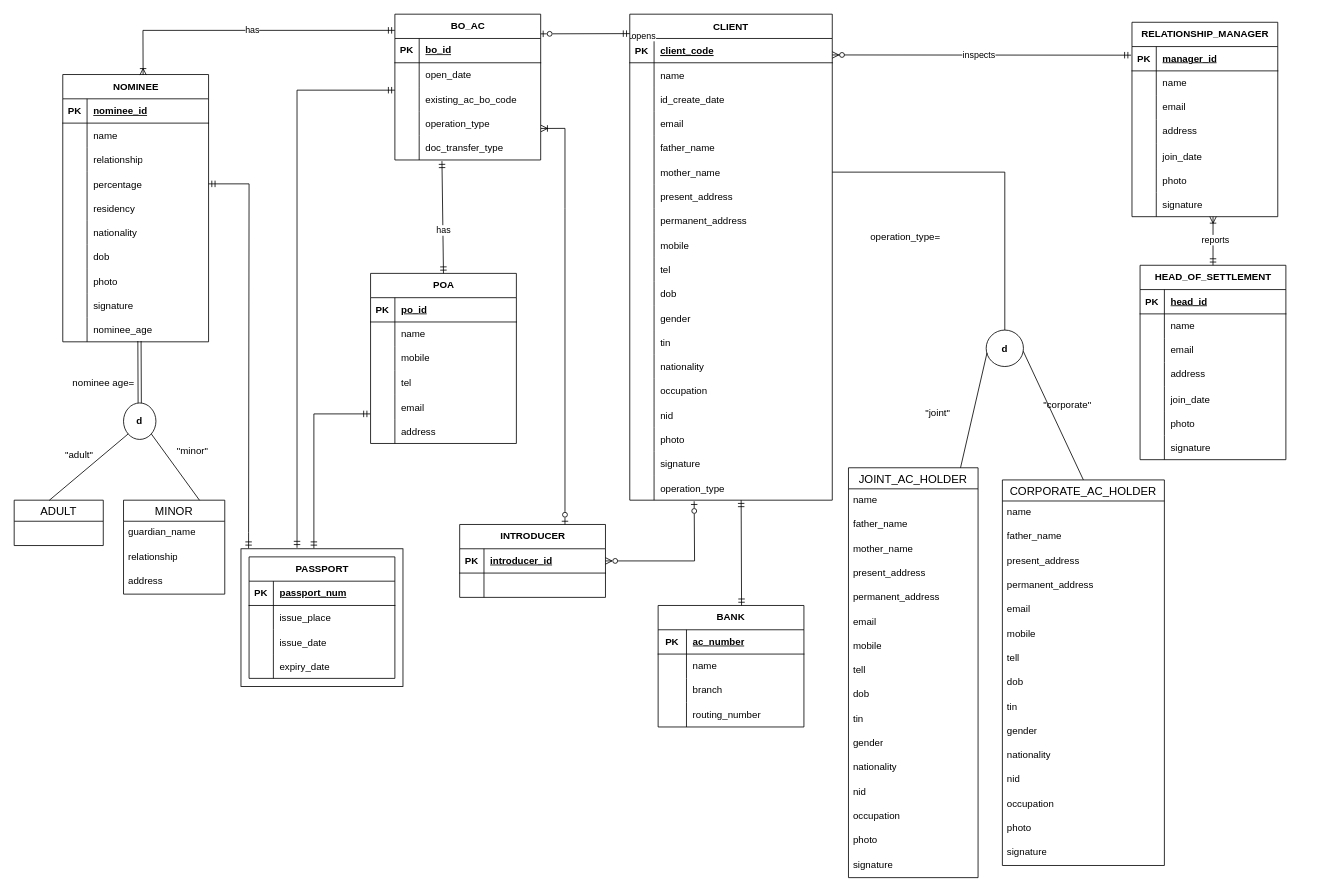
The draw.io diagram report/ERD.drawio in MohaiminAlif/LankabanglaUniProject, before the edit. Source tidied: cells renumbered, new cells numbered last; positions are measured from the earlier drawing's top-left corner, leaving out a move shared by most shapes. Both pictures are drawn from the tidied source at 81%, with x=0, y=0 at pixel (14, 14).
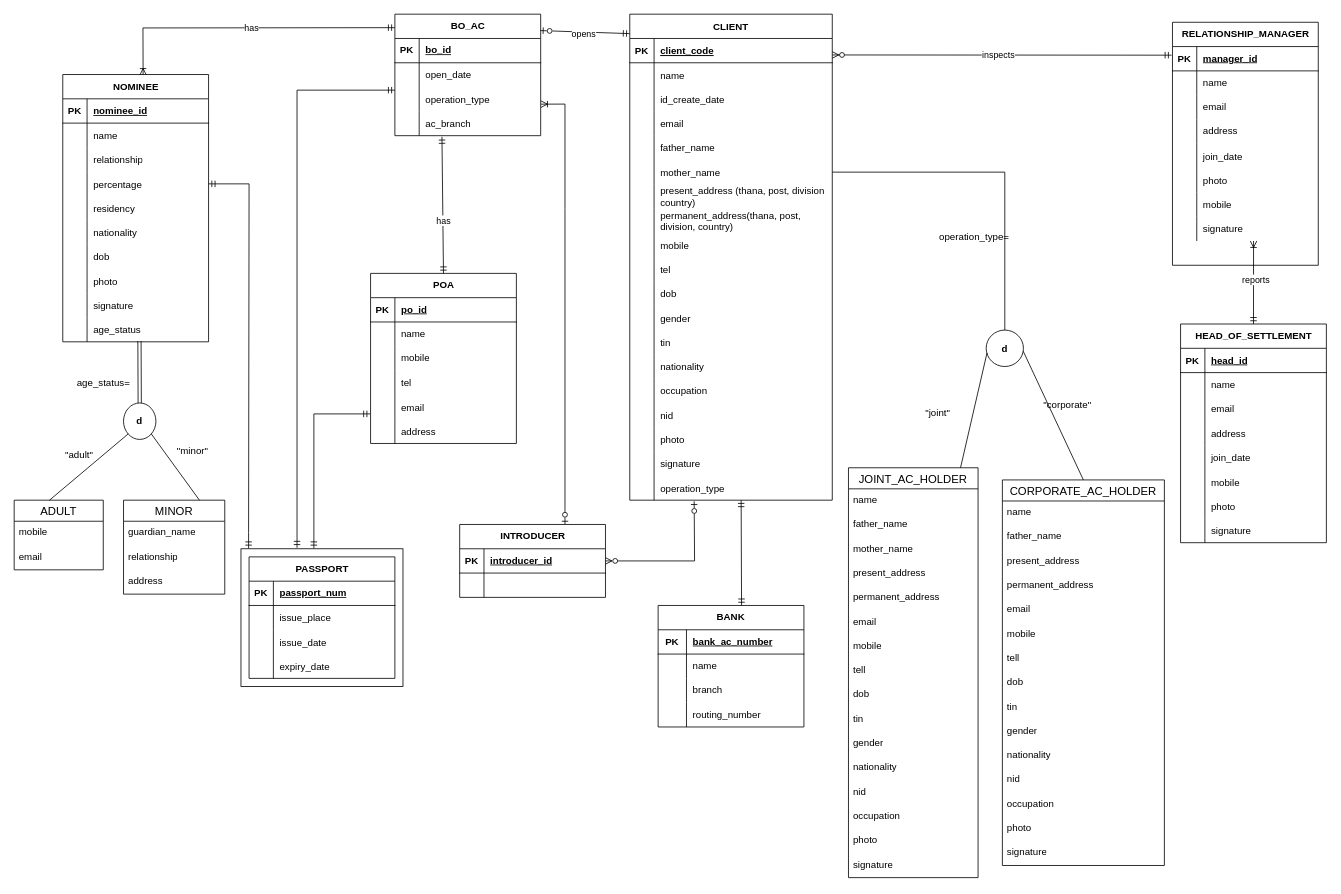
After the change.

Commit message (it also covers changes not shown here):
schema and erd final update

The change refers to these unchanged cells:
```xml
<mxCell id="23" style="shape=tableRow;horizontal=0;startSize=0;swimlaneHead=0;swimlaneBody=0;fillColor=none;top=0;left=0;right=0;bottom=0;" parent="4" vertex="1">
  <mxGeometry y="210" width="250" height="30" as="geometry" />
</mxCell>
<mxCell id="26" style="shape=tableRow;horizontal=0;startSize=0;swimlaneHead=0;swimlaneBody=0;fillColor=none;top=0;left=0;right=0;bottom=0;" parent="4" vertex="1">
  <mxGeometry y="240" width="250" height="30" as="geometry" />
</mxCell>
<mxCell id="62" style="endArrow=ERmandOne;startArrow=ERzeroToOne;html=1;rounded=1;endFill=0;startFill=0;exitX=0.995;exitY=0.135;exitDx=0;exitDy=0;exitPerimeter=0;" parent="1" edge="1" source="169">
  <mxGeometry relative="1" as="geometry">
    <mxPoint x="760" y="24" as="targetPoint" />
  </mxGeometry>
</mxCell>
<mxCell id="81" value="NOMINEE" style="shape=table;startSize=30;childLayout=tableLayout;rowLines=0;fontStyle=1;align=center;html=1;" parent="1" vertex="1">
  <mxGeometry x="60" y="74.5" width="180" height="330" as="geometry" />
</mxCell>
<mxCell id="109" style="shape=tableRow;horizontal=0;startSize=0;swimlaneHead=0;swimlaneBody=0;fillColor=none;points=[[0,0.5],[1,0.5]];portConstraint=eastwest;top=0;left=0;right=0;bottom=0;" parent="81" vertex="1">
  <mxGeometry y="300" width="180" height="30" as="geometry" />
</mxCell>
<mxCell id="256" style="shape=tableRow;horizontal=0;startSize=0;swimlaneHead=0;swimlaneBody=0;fillColor=none;top=0;left=0;right=0;bottom=1;html=1;" parent="255" vertex="1">
  <mxGeometry y="30" width="180" height="30" as="geometry" />
</mxCell>
<mxCell id="268" style="rounded=0;whiteSpace=wrap;html=1;fillColor=none;" parent="1" vertex="1">
  <mxGeometry x="280" y="660" width="200" height="170" as="geometry" />
</mxCell>
```

Change to the diagram source:
```diff
@@
-    <mxCell id="25" value="present_address" style="shape=partialRectangle;fillColor=none;top=0;left=0;bottom=0;right=0;align=left;spacingLeft=6;overflow=hidden;" parent="23" vertex="1">
+    <mxCell id="25" value="present_address (thana, post, division&#10;country)" style="shape=partialRectangle;fillColor=none;top=0;left=0;bottom=0;right=0;align=left;spacingLeft=6;overflow=hidden;" parent="23" vertex="1">
       <mxGeometry x="30" width="220" height="30" as="geometry" />
     </mxCell>
@@
-    <mxCell id="28" value="permanent_address" style="shape=partialRectangle;fillColor=none;top=0;left=0;bottom=0;right=0;align=left;spacingLeft=6;overflow=hidden;" parent="26" vertex="1">
+    <mxCell id="28" value="permanent_address(thana, post, &#10;division, country)" style="shape=partialRectangle;fillColor=none;top=0;left=0;bottom=0;right=0;align=left;spacingLeft=6;overflow=hidden;" parent="26" vertex="1">
       <mxGeometry x="30" width="220" height="30" as="geometry" />
     </mxCell>
@@
     <mxCell id="63" value="opens" style="edgeLabel;html=1;align=center;verticalAlign=middle;" parent="62" vertex="1">
-      <mxGeometry x="0.03" y="-2" relative="1" as="geometry">
-        <mxPoint x="70" as="offset" />
-      </mxGeometry>
+      <mxGeometry x="-0.04" y="-2" relative="1" as="geometry" />
     </mxCell>
@@
-    <mxCell id="111" value="nominee_age" style="shape=partialRectangle;fillColor=none;top=0;left=0;bottom=0;right=0;align=left;spacingLeft=6;overflow=hidden;" parent="109" vertex="1">
+    <mxCell id="111" value="age_status" style="shape=partialRectangle;fillColor=none;top=0;left=0;bottom=0;right=0;align=left;spacingLeft=6;overflow=hidden;" parent="109" vertex="1">
       <mxGeometry x="30" width="150" height="30" as="geometry" />
     </mxCell>
     <mxCell id="112" style="endArrow=ERmandOne;startArrow=ERoneToMany;html=1;rounded=0;endFill=0;startFill=0;entryX=0;entryY=0.111;entryDx=0;entryDy=0;entryPerimeter=0;exitX=0.551;exitY=0.002;exitDx=0;exitDy=0;exitPerimeter=0;" parent="1" edge="1" source="81" target="169">
       <mxGeometry relative="1" as="geometry">
         <Array as="points">
-          <mxPoint x="159" y="20" />
+          <mxPoint x="159" y="17" />
         </Array>
       </mxGeometry>
     </mxCell>
@@
     <mxCell id="114" value="ADULT" style="swimlane;fontStyle=0;horizontal=1;startSize=26;align=center;fontSize=14;" parent="1" vertex="1">
-      <mxGeometry y="600" width="110" height="56" as="geometry" />
+      <mxGeometry y="600" width="110" height="86" as="geometry" />
     </mxCell>
+    <mxCell id="272" value="mobile" style="text;strokeColor=none;fillColor=none;spacingLeft=4;spacingRight=4;overflow=hidden;fontSize=12;whiteSpace=wrap;html=1;" parent="114" vertex="1">
+      <mxGeometry y="26" width="110" height="30" as="geometry" />
+    </mxCell>
+    <mxCell id="273" value="email" style="text;strokeColor=none;fillColor=none;spacingLeft=4;spacingRight=4;overflow=hidden;fontSize=12;whiteSpace=wrap;html=1;" parent="114" vertex="1">
+      <mxGeometry y="56" width="110" height="30" as="geometry" />
+    </mxCell>
@@
     <mxCell id="123" value="RELATIONSHIP_MANAGER" style="shape=table;startSize=30;childLayout=tableLayout;rowLines=0;fontStyle=1;align=center;html=1;" parent="1" vertex="1">
-      <mxGeometry x="1380" y="10" width="180" height="240" as="geometry" />
+      <mxGeometry x="1430" y="10" width="180" height="300" as="geometry" />
     </mxCell>
@@
+    <mxCell id="274" style="shape=tableRow;horizontal=0;startSize=0;swimlaneHead=0;swimlaneBody=0;fillColor=none;top=0;left=0;right=0;bottom=0;" parent="123" vertex="1">
+      <mxGeometry y="210" width="180" height="30" as="geometry" />
+    </mxCell>
+    <mxCell id="275" style="shape=partialRectangle;fillColor=none;top=0;left=0;bottom=0;right=0;overflow=hidden;" parent="274" vertex="1">
+      <mxGeometry width="30" height="30" as="geometry" />
+    </mxCell>
+    <mxCell id="276" value="mobile" style="shape=partialRectangle;fillColor=none;top=0;left=0;bottom=0;right=0;align=left;spacingLeft=6;overflow=hidden;" parent="274" vertex="1">
+      <mxGeometry x="30" width="150" height="30" as="geometry" />
+    </mxCell>
     <mxCell id="142" style="shape=tableRow;horizontal=0;startSize=0;swimlaneHead=0;swimlaneBody=0;fillColor=none;points=[[0,0.5],[1,0.5]];portConstraint=eastwest;top=0;left=0;right=0;bottom=0;" parent="123" vertex="1">
-      <mxGeometry y="210" width="180" height="30" as="geometry" />
+      <mxGeometry y="240" width="180" height="30" as="geometry" />
     </mxCell>
@@
     <mxCell id="145" value="HEAD_OF_SETTLEMENT" style="shape=table;startSize=30;childLayout=tableLayout;rowLines=0;fontStyle=1;align=center;html=1;" parent="1" vertex="1">
-      <mxGeometry x="1390" y="310" width="180" height="240" as="geometry" />
+      <mxGeometry x="1440" y="382.5" width="180" height="270" as="geometry" />
     </mxCell>
@@
+    <mxCell id="277" style="shape=tableRow;horizontal=0;startSize=0;swimlaneHead=0;swimlaneBody=0;fillColor=none;top=0;left=0;right=0;bottom=0;" parent="145" vertex="1">
+      <mxGeometry y="180" width="180" height="30" as="geometry" />
+    </mxCell>
+    <mxCell id="278" style="shape=partialRectangle;fillColor=none;top=0;left=0;bottom=0;right=0;overflow=hidden;" parent="277" vertex="1">
+      <mxGeometry width="30" height="30" as="geometry" />
+    </mxCell>
+    <mxCell id="279" value="mobile" style="shape=partialRectangle;fillColor=none;top=0;left=0;bottom=0;right=0;align=left;spacingLeft=6;overflow=hidden;" parent="277" vertex="1">
+      <mxGeometry x="30" width="150" height="30" as="geometry" />
+    </mxCell>
     <mxCell id="161" style="shape=tableRow;horizontal=0;startSize=0;swimlaneHead=0;swimlaneBody=0;fillColor=none;top=0;left=0;right=0;bottom=0;" parent="145" vertex="1">
-      <mxGeometry y="180" width="180" height="30" as="geometry" />
+      <mxGeometry y="210" width="180" height="30" as="geometry" />
     </mxCell>
@@
     <mxCell id="164" style="shape=tableRow;horizontal=0;startSize=0;swimlaneHead=0;swimlaneBody=0;fillColor=none;top=0;left=0;right=0;bottom=0;" parent="145" vertex="1">
-      <mxGeometry y="210" width="180" height="30" as="geometry" />
+      <mxGeometry y="240" width="180" height="30" as="geometry" />
     </mxCell>
@@
     <mxCell id="169" value="BO_AC" style="shape=table;startSize=30;childLayout=tableLayout;rowLines=0;fontStyle=1;align=center;html=1;" parent="1" vertex="1">
-      <mxGeometry x="470" width="180" height="180" as="geometry" />
+      <mxGeometry x="470" width="180" height="150" as="geometry" />
     </mxCell>
@@
-    <mxCell id="176" style="shape=tableRow;horizontal=0;startSize=0;swimlaneHead=0;swimlaneBody=0;fillColor=none;points=[[0,0.5],[1,0.5]];portConstraint=eastwest;top=0;left=0;right=0;bottom=0;" parent="169" vertex="1">
-      <mxGeometry y="90" width="180" height="30" as="geometry" />
-    </mxCell>
-    <mxCell id="177" style="shape=partialRectangle;fillColor=none;top=0;left=0;bottom=0;right=0;overflow=hidden;" parent="176" vertex="1">
-      <mxGeometry width="30" height="30" as="geometry" />
-    </mxCell>
-    <mxCell id="178" value="existing_ac_bo_code" style="shape=partialRectangle;fillColor=none;top=0;left=0;bottom=0;right=0;align=left;spacingLeft=6;overflow=hidden;" parent="176" vertex="1">
-      <mxGeometry x="30" width="150" height="30" as="geometry" />
-    </mxCell>
     <mxCell id="179" style="shape=tableRow;horizontal=0;startSize=0;swimlaneHead=0;swimlaneBody=0;fillColor=none;points=[[0,0.5],[1,0.5]];portConstraint=eastwest;top=0;left=0;right=0;bottom=0;" parent="169" vertex="1">
-      <mxGeometry y="120" width="180" height="30" as="geometry" />
+      <mxGeometry y="90" width="180" height="30" as="geometry" />
     </mxCell>
@@
     <mxCell id="182" style="shape=tableRow;horizontal=0;startSize=0;swimlaneHead=0;swimlaneBody=0;fillColor=none;points=[[0,0.5],[1,0.5]];portConstraint=eastwest;top=0;left=0;right=0;bottom=0;" parent="169" vertex="1">
-      <mxGeometry y="150" width="180" height="30" as="geometry" />
+      <mxGeometry y="120" width="180" height="30" as="geometry" />
     </mxCell>
@@
-    <mxCell id="184" value="doc_transfer_type" style="shape=partialRectangle;fillColor=none;top=0;left=0;bottom=0;right=0;align=left;spacingLeft=6;overflow=hidden;" parent="182" vertex="1">
+    <mxCell id="184" value="ac_branch" style="shape=partialRectangle;fillColor=none;top=0;left=0;bottom=0;right=0;align=left;spacingLeft=6;overflow=hidden;" parent="182" vertex="1">
       <mxGeometry x="30" width="150" height="30" as="geometry" />
     </mxCell>
-    <mxCell id="185" value="nominee age=" style="text;html=1;align=center;verticalAlign=middle;strokeColor=none;fillColor=none;" parent="1" vertex="1">
-      <mxGeometry x="60" y="440" width="100" height="30" as="geometry" />
+    <mxCell id="185" value="age_status=" style="text;html=1;align=center;verticalAlign=middle;strokeColor=none;fillColor=none;" parent="1" vertex="1">
+      <mxGeometry x="65" y="440" width="90" height="30" as="geometry" />
     </mxCell>
@@
-    <mxCell id="222" style="edgeStyle=orthogonalEdgeStyle;fontSize=12;html=1;endArrow=ERmandOne;startArrow=ERmandOne;rounded=0;entryX=0;entryY=0.128;entryDx=0;entryDy=0;entryPerimeter=0;exitX=0.346;exitY=-0.007;exitDx=0;exitDy=0;exitPerimeter=0;" parent="1" edge="1" source="268" target="176">
+    <mxCell id="222" style="edgeStyle=orthogonalEdgeStyle;fontSize=12;html=1;endArrow=ERmandOne;startArrow=ERmandOne;rounded=0;entryX=0;entryY=0.128;entryDx=0;entryDy=0;entryPerimeter=0;exitX=0.346;exitY=-0.007;exitDx=0;exitDy=0;exitPerimeter=0;" parent="1" edge="1" source="268">
       <mxGeometry relative="1" as="geometry">
+        <mxPoint x="470" y="93.8" as="targetPoint" />
         <Array as="points">
           <mxPoint x="349" y="94" />
         </Array>
       </mxGeometry>
     </mxCell>
@@
     <mxCell id="245" value="operation_type=" style="text;html=1;align=center;verticalAlign=middle;strokeColor=none;fillColor=none;" parent="1" vertex="1">
-      <mxGeometry x="1045" y="260" width="110" height="30" as="geometry" />
+      <mxGeometry x="1130" y="260" width="110" height="30" as="geometry" />
     </mxCell>
@@
-    <mxCell id="258" value="ac_number" style="shape=partialRectangle;fillColor=none;top=0;left=0;bottom=0;right=0;align=left;spacingLeft=6;fontStyle=5;overflow=hidden;html=1;whiteSpace=wrap;" parent="256" vertex="1">
+    <mxCell id="258" value="bank_ac_number" style="shape=partialRectangle;fillColor=none;top=0;left=0;bottom=0;right=0;align=left;spacingLeft=6;fontStyle=5;overflow=hidden;html=1;whiteSpace=wrap;" parent="256" vertex="1">
       <mxGeometry x="35" width="145" height="30" as="geometry" />
     </mxCell>
@@
     <mxCell id="269" style="fontSize=12;html=1;endArrow=ERoneToMany;rounded=0;entryX=1.002;entryY=0.703;entryDx=0;entryDy=0;entryPerimeter=0;startArrow=ERzeroToOne;startFill=0;" parent="1" edge="1" target="179">
       <mxGeometry relative="1" as="geometry">
         <mxPoint x="680" y="630" as="sourcePoint" />
         <Array as="points">
           <mxPoint x="680" y="240" />
-          <mxPoint x="680" y="141" />
+          <mxPoint x="680" y="111" />
         </Array>
       </mxGeometry>
     </mxCell>
```
